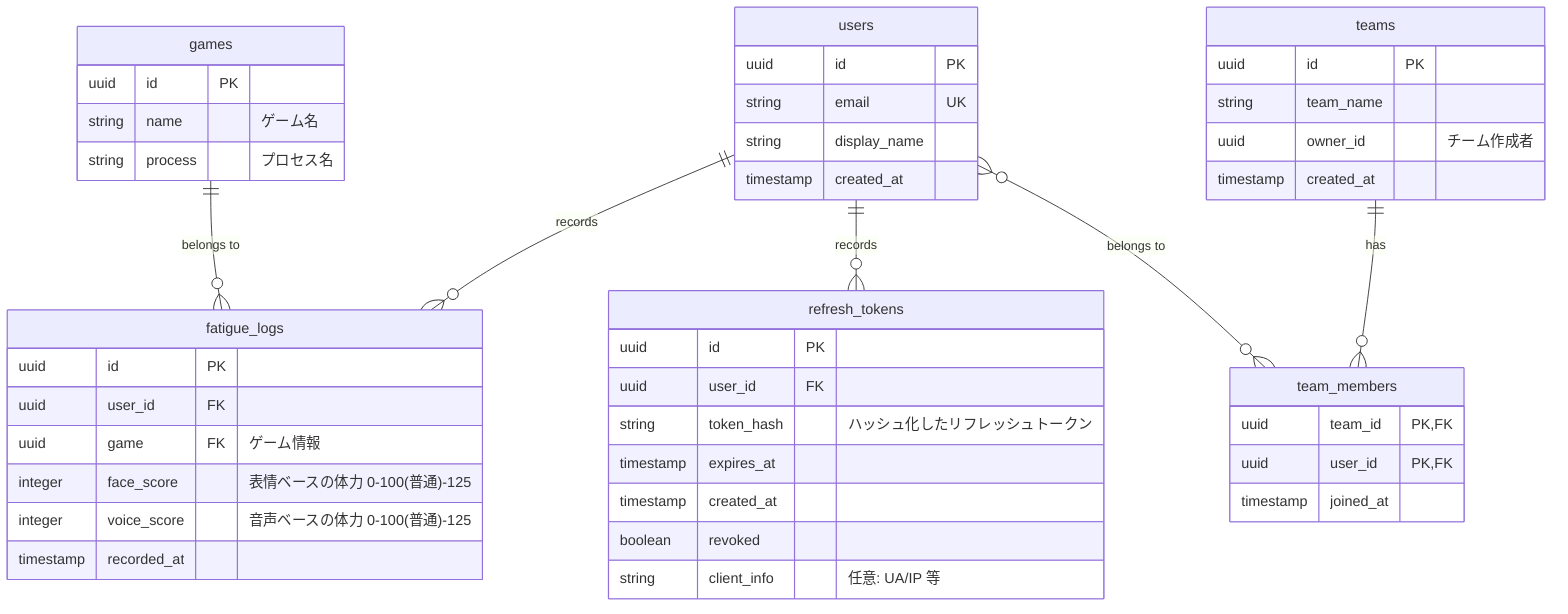
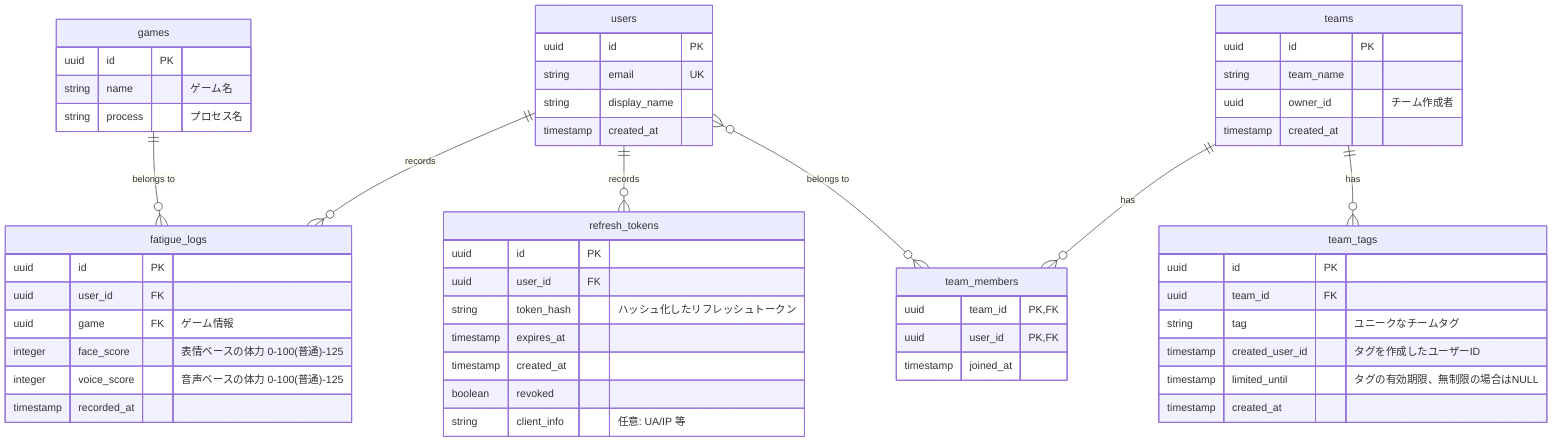
erDiagram
  games ||--o{ fatigue_logs : "belongs to"
  users ||--o{ fatigue_logs : "records"
  users ||--o{ refresh_tokens : "records"
  users }o--o{ team_members : "belongs to"
  teams ||--o{ team_members : "has"
+   teams ||--o{ team_tags : "has"
  %% users ||--o{ game_accounts : "owns"

  users {
    uuid id PK
    string email UK
    string display_name
    timestamp created_at
    %% string google_id UK "feat: Googleログイン連携用"
  }

  fatigue_logs {
    uuid id PK
    uuid user_id FK
    uuid game FK "ゲーム情報"
    integer face_score "表情ベースの体力 0-100(普通)-125"
    integer voice_score "音声ベースの体力 0-100(普通)-125"
    timestamp recorded_at
  }

  games {
    uuid id PK
    string name "ゲーム名"
    string process "プロセス名"
  }

  refresh_tokens {
    uuid id PK
    uuid user_id FK
    string token_hash "ハッシュ化したリフレッシュトークン"
    timestamp expires_at
    timestamp created_at
    boolean revoked
    string client_info "任意: UA/IP 等"
  }

  teams {
    uuid id PK
    string team_name
    uuid owner_id "チーム作成者"
    timestamp created_at
  }

  team_members {
    uuid team_id PK, FK
    uuid user_id PK, FK
    timestamp joined_at
  }
+ 
+   team_tags {
+     uuid id PK
+     uuid team_id FK
+     string tag "ユニークなチームタグ"
+     timestamp created_user_id "タグを作成したユーザーID"
+     timestamp limited_until "タグの有効期限、無制限の場合はNULL"
+     timestamp created_at
+   }
